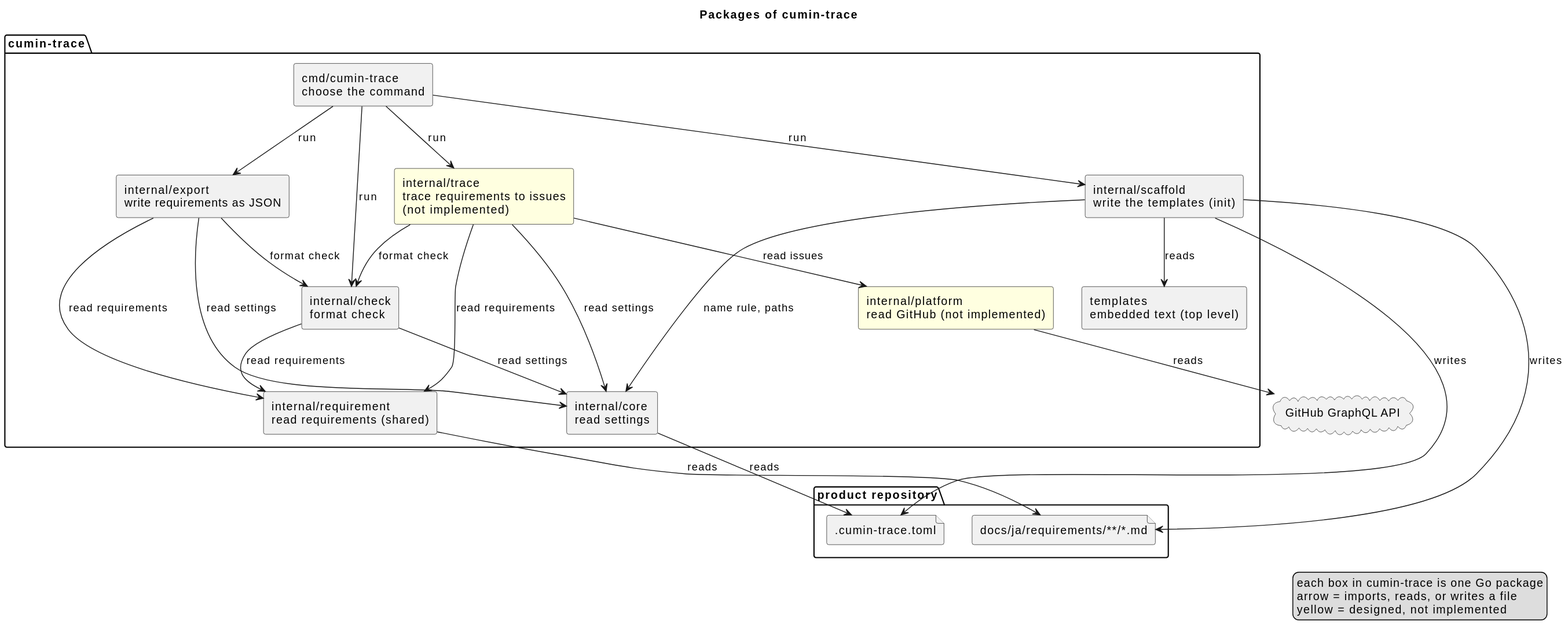
This is docs/ja/architecture/overview.svg from cloveclovedev/cumin-trace, a PlantUML export, as it was before one commit.
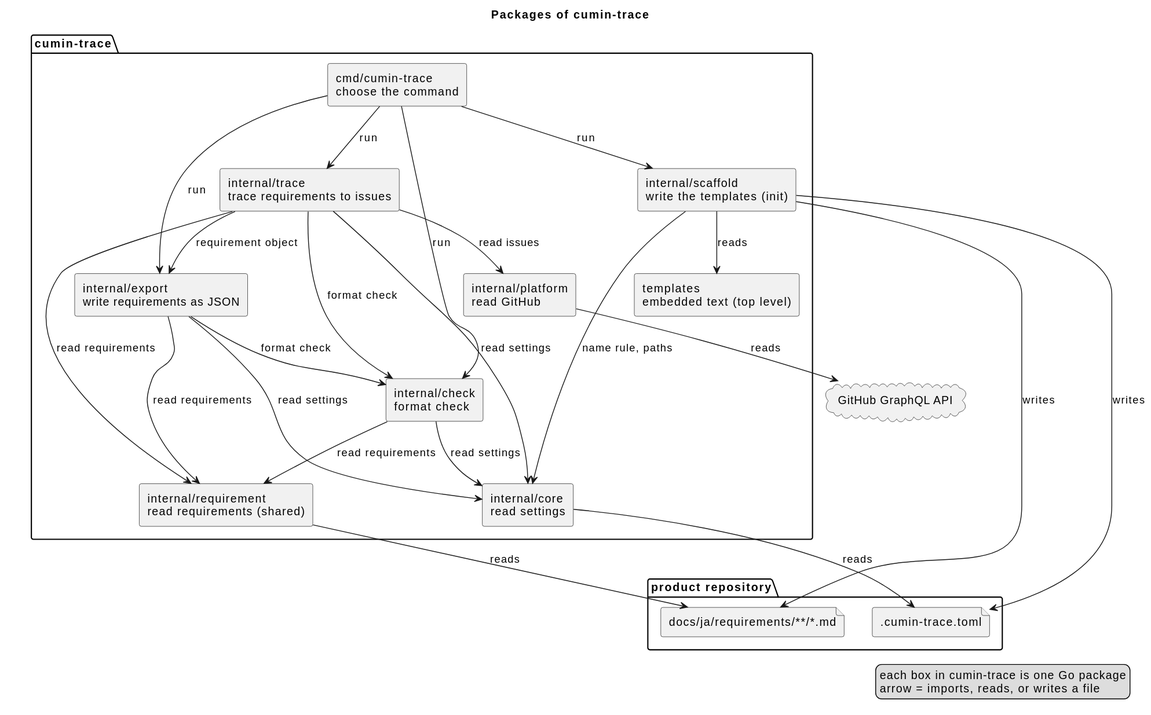
After the change.

Commit message:
feat(trace): build each requirement of the trace output on the export (#103)

What changed in the source:
```diff
@@ -16,8 +16,8 @@
   [internal/export\nwrite requirements as JSON] as export
   [internal/scaffold\nwrite the templates (init)] as scaffold
   [templates\nembedded text (top level)] as templates
-  [internal/trace\ntrace requirements to issues\n(not implemented)] as trace #LightYellow
-  [internal/platform\nread GitHub (not implemented)] as platform #LightYellow
+  [internal/trace\ntrace requirements to issues] as trace
+  [internal/platform\nread GitHub] as platform
 }
 
 cloud "GitHub GraphQL API" as api
@@ -32,6 +32,7 @@
 trace --> check : format check
 trace --> requirement : read requirements
 trace --> core : read settings
+trace --> export : requirement object
 trace --> platform : read issues
 platform --> api : reads
 scaffold --> templates : reads
@@ -46,6 +47,5 @@
 legend right
   each box in cumin-trace is one Go package
   arrow = imports, reads, or writes a file
-  yellow = designed, not implemented
 endlegend
 @enduml
```
